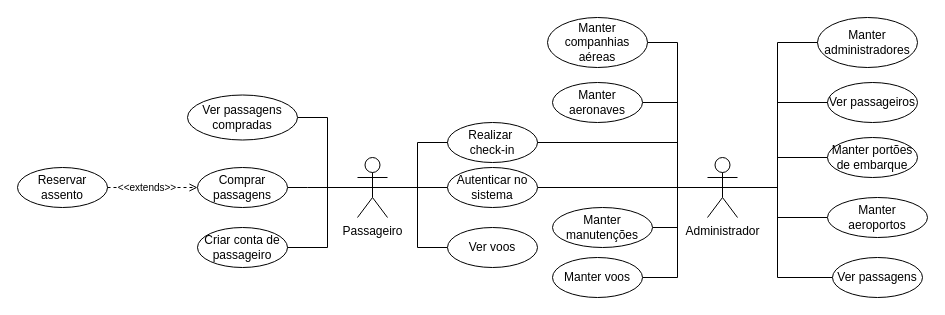
The draw.io diagram Diagramas/Eng_de_Software/Modelos/Casos_de_Uso.drawio in GabrielGMori/trabalho-conclus-o-ano, before the edit. Source tidied: cells renumbered, new cells numbered last; positions are measured from the earlier drawing's top-left corner, leaving out a move shared by most shapes. Both pictures are drawn from the tidied source at 100%, with x=0, y=0 at pixel (17, 17).
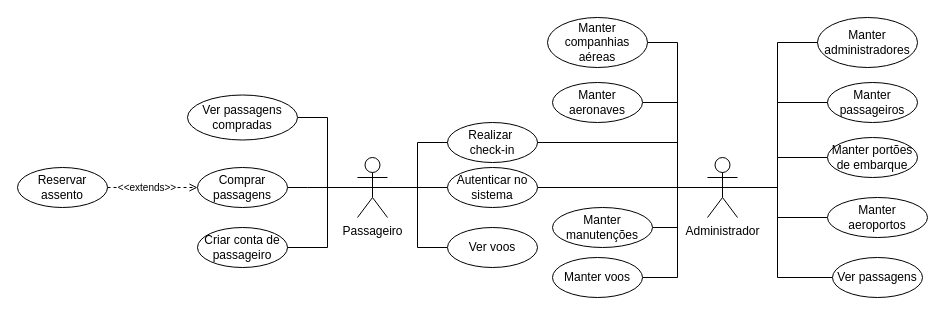
Above is the later version.

What changed in the source:
```diff
@@
-    <mxCell id="32" value="Ver passageiros" style="ellipse;whiteSpace=wrap;html=1;" parent="1" vertex="1">
+    <mxCell id="32" value="Manter passageiros" style="ellipse;whiteSpace=wrap;html=1;" parent="1" vertex="1">
       <mxGeometry x="810" y="65" width="90" height="40" as="geometry" />
     </mxCell>
```
